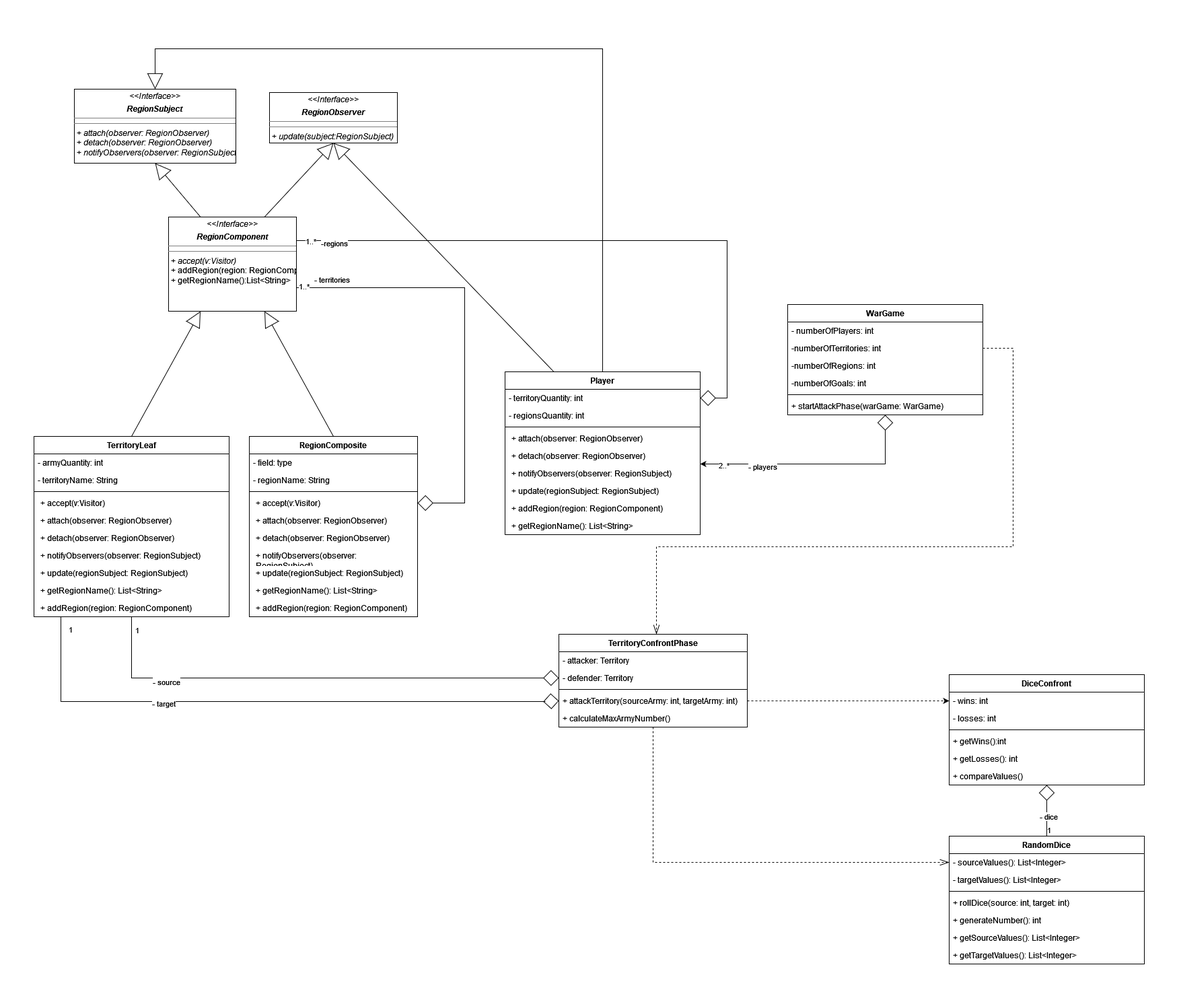
Before: ClassDiagramTerritoryConfront.png, a diagram exported from draw.io (Gil32610/class-diagram-territory-confront). Source tidied: cells renumbered, new cells last; positions are measured from the earlier drawing's top-left corner, leaving out a move shared by most shapes.
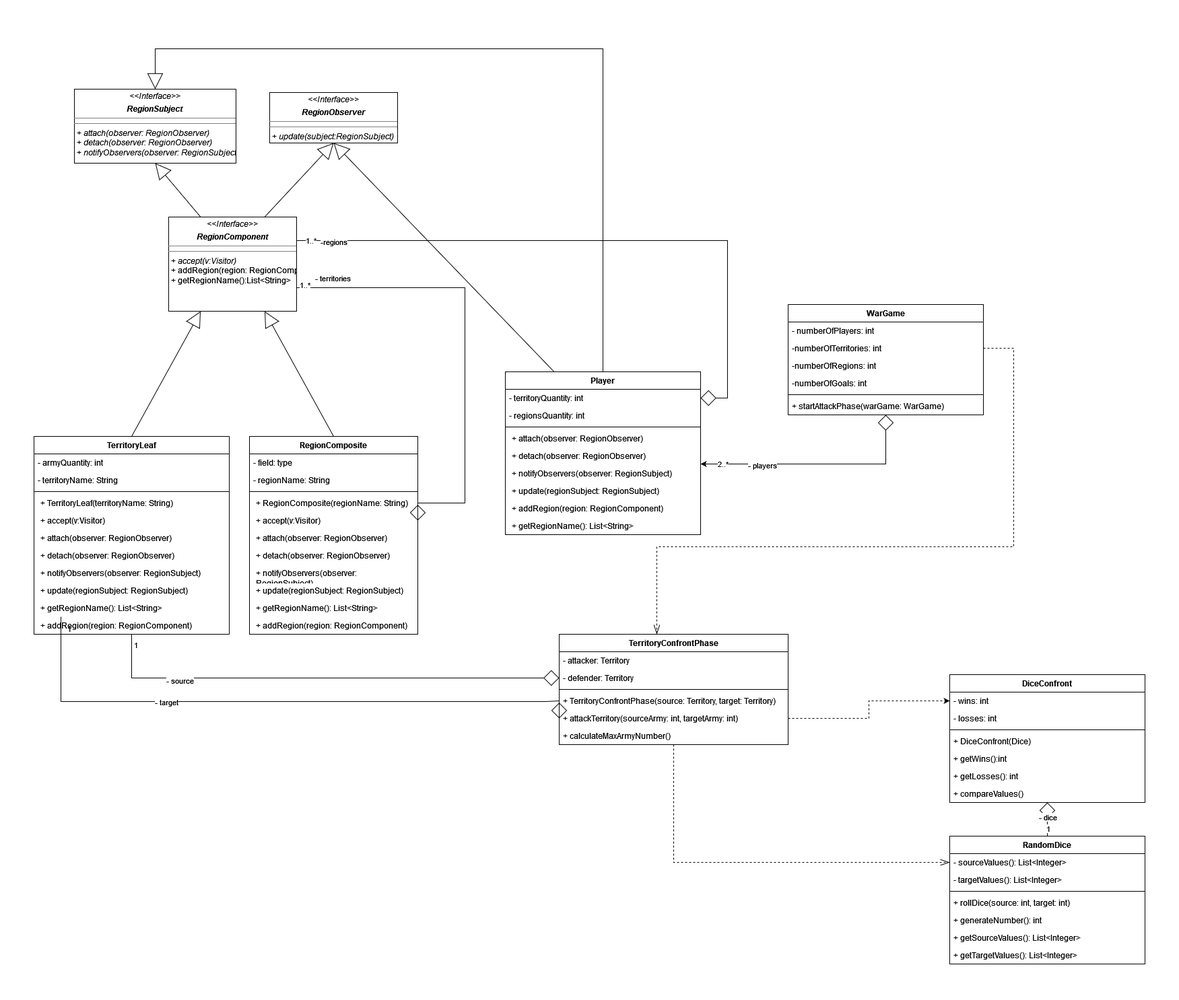
After the commit.

Diff of the diagram source:
```diff
@@ -125,7 +125,7 @@
       </mxGeometry>
     </mxCell>
     <mxCell id="32" value="TerritoryLeaf" style="swimlane;fontStyle=1;align=center;verticalAlign=top;horizontal=1;startSize=26;whiteSpace=wrap;html=1;" parent="1" vertex="1">
-      <mxGeometry y="576" width="290" height="268" as="geometry" />
+      <mxGeometry y="576" width="290" height="294" as="geometry" />
     </mxCell>
     <mxCell id="33" value="- armyQuantity: int" style="text;strokeColor=none;fillColor=none;align=left;verticalAlign=top;spacingLeft=4;spacingRight=4;overflow=hidden;whiteSpace=wrap;html=1;" parent="32" vertex="1">
       <mxGeometry y="26" width="290" height="26" as="geometry" />
@@ -136,29 +136,32 @@
     <mxCell id="35" style="line;strokeWidth=1;fillColor=none;align=left;verticalAlign=middle;spacingTop=-1;spacingLeft=3;spacingRight=3;labelPosition=right;strokeColor=inherit;" parent="32" vertex="1">
       <mxGeometry y="78" width="290" height="8" as="geometry" />
     </mxCell>
+    <mxCell id="92" value="&lt;p style=&quot;margin:0px;margin-left:4px;&quot;&gt;+ TerritoryLeaf(territoryName: String)&lt;/p&gt;" style="text;strokeColor=none;fillColor=none;align=left;verticalAlign=top;spacingLeft=4;spacingRight=4;overflow=hidden;whiteSpace=wrap;html=1;" parent="32" vertex="1">
+      <mxGeometry y="86" width="290" height="26" as="geometry" />
+    </mxCell>
     <mxCell id="36" value="&lt;p style=&quot;margin:0px;margin-left:4px;&quot;&gt;+ accept(v:Visitor)&lt;/p&gt;" style="text;strokeColor=none;fillColor=none;align=left;verticalAlign=top;spacingLeft=4;spacingRight=4;overflow=hidden;whiteSpace=wrap;html=1;" parent="32" vertex="1">
-      <mxGeometry y="86" width="290" height="26" as="geometry" />
+      <mxGeometry y="112" width="290" height="26" as="geometry" />
     </mxCell>
     <mxCell id="37" value="&lt;p style=&quot;margin:0px;margin-left:4px;&quot;&gt;+ attach(observer: RegionObserver)&lt;br&gt;&lt;/p&gt;" style="text;strokeColor=none;fillColor=none;align=left;verticalAlign=top;spacingLeft=4;spacingRight=4;overflow=hidden;whiteSpace=wrap;html=1;" parent="32" vertex="1">
-      <mxGeometry y="112" width="290" height="26" as="geometry" />
+      <mxGeometry y="138" width="290" height="26" as="geometry" />
     </mxCell>
     <mxCell id="38" value="&lt;p style=&quot;margin:0px;margin-left:4px;&quot;&gt;+ detach(observer: RegionObserver)&lt;br&gt;&lt;/p&gt;" style="text;strokeColor=none;fillColor=none;align=left;verticalAlign=top;spacingLeft=4;spacingRight=4;overflow=hidden;whiteSpace=wrap;html=1;" parent="32" vertex="1">
-      <mxGeometry y="138" width="290" height="26" as="geometry" />
+      <mxGeometry y="164" width="290" height="26" as="geometry" />
     </mxCell>
     <mxCell id="39" value="&lt;p style=&quot;margin:0px;margin-left:4px;&quot;&gt;+ notifyObservers(observer: RegionSubject)&lt;br&gt;&lt;/p&gt;" style="text;strokeColor=none;fillColor=none;align=left;verticalAlign=top;spacingLeft=4;spacingRight=4;overflow=hidden;whiteSpace=wrap;html=1;" parent="32" vertex="1">
-      <mxGeometry y="164" width="290" height="26" as="geometry" />
+      <mxGeometry y="190" width="290" height="26" as="geometry" />
     </mxCell>
     <mxCell id="40" value="&lt;p style=&quot;margin:0px;margin-left:4px;&quot;&gt;+ update(regionSubject: RegionSubject)&lt;br&gt;&lt;/p&gt;" style="text;strokeColor=none;fillColor=none;align=left;verticalAlign=top;spacingLeft=4;spacingRight=4;overflow=hidden;whiteSpace=wrap;html=1;" parent="32" vertex="1">
-      <mxGeometry y="190" width="290" height="26" as="geometry" />
+      <mxGeometry y="216" width="290" height="26" as="geometry" />
     </mxCell>
     <mxCell id="41" value="&lt;p style=&quot;margin:0px;margin-left:4px;&quot;&gt;+ getRegionName(): List&amp;lt;String&amp;gt;&lt;/p&gt;" style="text;strokeColor=none;fillColor=none;align=left;verticalAlign=top;spacingLeft=4;spacingRight=4;overflow=hidden;whiteSpace=wrap;html=1;" parent="32" vertex="1">
-      <mxGeometry y="216" width="290" height="26" as="geometry" />
+      <mxGeometry y="242" width="290" height="26" as="geometry" />
     </mxCell>
     <mxCell id="42" value="&lt;p style=&quot;margin:0px;margin-left:4px;&quot;&gt;+ addRegion(region: RegionComponent)&lt;br&gt;&lt;/p&gt;" style="text;strokeColor=none;fillColor=none;align=left;verticalAlign=top;spacingLeft=4;spacingRight=4;overflow=hidden;whiteSpace=wrap;html=1;" parent="32" vertex="1">
-      <mxGeometry y="242" width="290" height="26" as="geometry" />
+      <mxGeometry y="268" width="290" height="26" as="geometry" />
     </mxCell>
     <mxCell id="43" value="RegionComposite" style="swimlane;fontStyle=1;align=center;verticalAlign=top;horizontal=1;startSize=26;whiteSpace=wrap;html=1;" parent="1" vertex="1">
-      <mxGeometry x="320" y="576" width="250" height="268" as="geometry" />
+      <mxGeometry x="320" y="576" width="250" height="294" as="geometry" />
     </mxCell>
     <mxCell id="44" value="- field: type" style="text;strokeColor=none;fillColor=none;align=left;verticalAlign=top;spacingLeft=4;spacingRight=4;overflow=hidden;whiteSpace=wrap;html=1;" parent="43" vertex="1">
       <mxGeometry y="26" width="250" height="26" as="geometry" />
@@ -169,26 +172,29 @@
     <mxCell id="46" style="line;strokeWidth=1;fillColor=none;align=left;verticalAlign=middle;spacingTop=-1;spacingLeft=3;spacingRight=3;labelPosition=right;strokeColor=inherit;" parent="43" vertex="1">
       <mxGeometry y="78" width="250" height="8" as="geometry" />
     </mxCell>
+    <mxCell id="93" value="&lt;p style=&quot;margin:0px;margin-left:4px;&quot;&gt;+ RegionComposite(regionName: String)&lt;/p&gt;" style="text;strokeColor=none;fillColor=none;align=left;verticalAlign=top;spacingLeft=4;spacingRight=4;overflow=hidden;whiteSpace=wrap;html=1;" parent="43" vertex="1">
+      <mxGeometry y="86" width="250" height="26" as="geometry" />
+    </mxCell>
     <mxCell id="47" value="&lt;p style=&quot;margin:0px;margin-left:4px;&quot;&gt;+ accept(v:Visitor)&lt;/p&gt;" style="text;strokeColor=none;fillColor=none;align=left;verticalAlign=top;spacingLeft=4;spacingRight=4;overflow=hidden;points=[[0,0.5],[1,0.5]];portConstraint=eastwest;whiteSpace=wrap;html=1;" parent="43" vertex="1">
-      <mxGeometry y="86" width="250" height="26" as="geometry" />
+      <mxGeometry y="112" width="250" height="26" as="geometry" />
     </mxCell>
     <mxCell id="48" value="&lt;p style=&quot;margin:0px;margin-left:4px;&quot;&gt;+ attach(observer: RegionObserver)&lt;br&gt;&lt;/p&gt;" style="text;strokeColor=none;fillColor=none;align=left;verticalAlign=top;spacingLeft=4;spacingRight=4;overflow=hidden;whiteSpace=wrap;html=1;" parent="43" vertex="1">
-      <mxGeometry y="112" width="250" height="26" as="geometry" />
+      <mxGeometry y="138" width="250" height="26" as="geometry" />
     </mxCell>
     <mxCell id="49" value="&lt;p style=&quot;margin:0px;margin-left:4px;&quot;&gt;+ detach(observer: RegionObserver)&lt;br&gt;&lt;/p&gt;" style="text;strokeColor=none;fillColor=none;align=left;verticalAlign=top;spacingLeft=4;spacingRight=4;overflow=hidden;whiteSpace=wrap;html=1;" parent="43" vertex="1">
-      <mxGeometry y="138" width="250" height="26" as="geometry" />
+      <mxGeometry y="164" width="250" height="26" as="geometry" />
     </mxCell>
     <mxCell id="50" value="&lt;p style=&quot;margin:0px;margin-left:4px;&quot;&gt;+ notifyObservers(observer: RegionSubject)&lt;br&gt;&lt;/p&gt;" style="text;strokeColor=none;fillColor=none;align=left;verticalAlign=top;spacingLeft=4;spacingRight=4;overflow=hidden;whiteSpace=wrap;html=1;" parent="43" vertex="1">
-      <mxGeometry y="164" width="250" height="26" as="geometry" />
+      <mxGeometry y="190" width="250" height="26" as="geometry" />
     </mxCell>
     <mxCell id="51" value="&lt;p style=&quot;margin:0px;margin-left:4px;&quot;&gt;+ update(regionSubject: RegionSubject)&lt;br&gt;&lt;/p&gt;" style="text;strokeColor=none;fillColor=none;align=left;verticalAlign=top;spacingLeft=4;spacingRight=4;overflow=hidden;whiteSpace=wrap;html=1;" parent="43" vertex="1">
-      <mxGeometry y="190" width="250" height="26" as="geometry" />
+      <mxGeometry y="216" width="250" height="26" as="geometry" />
     </mxCell>
     <mxCell id="52" value="&lt;p style=&quot;margin:0px;margin-left:4px;&quot;&gt;+ getRegionName(): List&amp;lt;String&amp;gt;&lt;/p&gt;" style="text;strokeColor=none;fillColor=none;align=left;verticalAlign=top;spacingLeft=4;spacingRight=4;overflow=hidden;whiteSpace=wrap;html=1;" parent="43" vertex="1">
-      <mxGeometry y="216" width="250" height="26" as="geometry" />
+      <mxGeometry y="242" width="250" height="26" as="geometry" />
     </mxCell>
     <mxCell id="53" value="&lt;p style=&quot;margin:0px;margin-left:4px;&quot;&gt;+ addRegion(region: RegionComponent)&lt;br&gt;&lt;/p&gt;" style="text;strokeColor=none;fillColor=none;align=left;verticalAlign=top;spacingLeft=4;spacingRight=4;overflow=hidden;whiteSpace=wrap;html=1;" parent="43" vertex="1">
-      <mxGeometry y="242" width="250" height="26" as="geometry" />
+      <mxGeometry y="268" width="250" height="26" as="geometry" />
     </mxCell>
     <mxCell id="54" style="rounded=0;jettySize=auto;html=1;entryX=0.5;entryY=1;entryDx=0;entryDy=0;exitX=0.25;exitY=0;exitDx=0;exitDy=0;endArrow=block;endFill=0;endSize=21;" parent="1" edge="1" source="16" target="6">
       <mxGeometry relative="1" as="geometry" />
@@ -234,22 +240,25 @@
       <mxGeometry relative="1" as="geometry" />
     </mxCell>
     <mxCell id="66" value="TerritoryConfrontPhase" style="swimlane;fontStyle=1;align=center;verticalAlign=top;horizontal=1;startSize=26;whiteSpace=wrap;html=1;" parent="1" vertex="1">
-      <mxGeometry x="780" y="870" width="280" height="138" as="geometry" />
+      <mxGeometry x="780" y="870" width="340" height="164" as="geometry" />
     </mxCell>
     <mxCell id="67" value="- attacker: Territory" style="text;strokeColor=none;fillColor=none;align=left;verticalAlign=top;spacingLeft=4;spacingRight=4;overflow=hidden;whiteSpace=wrap;html=1;" parent="66" vertex="1">
-      <mxGeometry y="26" width="280" height="26" as="geometry" />
+      <mxGeometry y="26" width="340" height="26" as="geometry" />
     </mxCell>
     <mxCell id="68" value="- defender: Territory" style="text;strokeColor=none;fillColor=none;align=left;verticalAlign=top;spacingLeft=4;spacingRight=4;overflow=hidden;points=[[0,0.5],[1,0.5]];portConstraint=eastwest;whiteSpace=wrap;html=1;" parent="66" vertex="1">
-      <mxGeometry y="52" width="280" height="26" as="geometry" />
+      <mxGeometry y="52" width="340" height="26" as="geometry" />
     </mxCell>
     <mxCell id="69" style="line;strokeWidth=1;fillColor=none;align=left;verticalAlign=middle;spacingTop=-1;spacingLeft=3;spacingRight=3;labelPosition=right;strokeColor=inherit;" parent="66" vertex="1">
-      <mxGeometry y="78" width="280" height="8" as="geometry" />
+      <mxGeometry y="78" width="340" height="8" as="geometry" />
     </mxCell>
+    <mxCell id="94" value="&lt;div&gt;+ TerritoryConfrontPhase(source: Territory, target: Territory)&lt;br&gt;&lt;/div&gt;" style="text;strokeColor=none;fillColor=none;align=left;verticalAlign=top;spacingLeft=4;spacingRight=4;overflow=hidden;whiteSpace=wrap;html=1;" parent="66" vertex="1">
+      <mxGeometry y="86" width="340" height="26" as="geometry" />
+    </mxCell>
     <mxCell id="70" value="&lt;div&gt;+ attackTerritory(sourceArmy: int, targetArmy: int)&lt;br&gt;&lt;/div&gt;" style="text;strokeColor=none;fillColor=none;align=left;verticalAlign=top;spacingLeft=4;spacingRight=4;overflow=hidden;points=[[0,0.5],[1,0.5]];portConstraint=eastwest;whiteSpace=wrap;html=1;" parent="66" vertex="1">
-      <mxGeometry y="86" width="280" height="26" as="geometry" />
+      <mxGeometry y="112" width="340" height="26" as="geometry" />
     </mxCell>
     <mxCell id="71" value="&lt;div&gt;+ calculateMaxArmyNumber()&lt;br&gt;&lt;/div&gt;" style="text;strokeColor=none;fillColor=none;align=left;verticalAlign=top;spacingLeft=4;spacingRight=4;overflow=hidden;whiteSpace=wrap;html=1;" parent="66" vertex="1">
-      <mxGeometry y="112" width="280" height="26" as="geometry" />
+      <mxGeometry y="138" width="340" height="26" as="geometry" />
     </mxCell>
     <mxCell id="72" style="edgeStyle=orthogonalEdgeStyle;rounded=0;jettySize=auto;html=1;dashed=1;endArrow=openThin;endFill=0;startSize=6;endSize=12;" parent="1" edge="1" source="60">
       <mxGeometry relative="1" as="geometry">
@@ -297,7 +306,7 @@
       <mxGeometry x="0.68" relative="1" as="geometry" />
     </mxCell>
     <mxCell id="84" value="DiceConfront" style="swimlane;fontStyle=1;align=center;verticalAlign=top;horizontal=1;startSize=26;whiteSpace=wrap;html=1;" parent="1" vertex="1">
-      <mxGeometry x="1360" y="930" width="290" height="164" as="geometry" />
+      <mxGeometry x="1360" y="930" width="290" height="190" as="geometry" />
     </mxCell>
     <mxCell id="85" value="- wins: int" style="text;strokeColor=none;fillColor=none;align=left;verticalAlign=top;spacingLeft=4;spacingRight=4;overflow=hidden;points=[[0,0.5],[1,0.5]];portConstraint=eastwest;whiteSpace=wrap;html=1;" parent="84" vertex="1">
       <mxGeometry y="26" width="290" height="26" as="geometry" />
@@ -308,14 +317,17 @@
     <mxCell id="87" style="line;strokeWidth=1;fillColor=none;align=left;verticalAlign=middle;spacingTop=-1;spacingLeft=3;spacingRight=3;labelPosition=right;strokeColor=inherit;" parent="84" vertex="1">
       <mxGeometry y="78" width="290" height="8" as="geometry" />
     </mxCell>
+    <mxCell id="95" value="&lt;div&gt;+ DiceConfront(Dice)&lt;br&gt;&lt;/div&gt;" style="text;strokeColor=none;fillColor=none;align=left;verticalAlign=top;spacingLeft=4;spacingRight=4;overflow=hidden;whiteSpace=wrap;html=1;" parent="84" vertex="1">
+      <mxGeometry y="86" width="290" height="26" as="geometry" />
+    </mxCell>
     <mxCell id="88" value="&lt;div&gt;+ getWins():int&lt;br&gt;&lt;/div&gt;" style="text;strokeColor=none;fillColor=none;align=left;verticalAlign=top;spacingLeft=4;spacingRight=4;overflow=hidden;whiteSpace=wrap;html=1;" parent="84" vertex="1">
-      <mxGeometry y="86" width="290" height="26" as="geometry" />
+      <mxGeometry y="112" width="290" height="26" as="geometry" />
     </mxCell>
     <mxCell id="89" value="&lt;div&gt;+ getLosses(): int&lt;br&gt;&lt;/div&gt;" style="text;strokeColor=none;fillColor=none;align=left;verticalAlign=top;spacingLeft=4;spacingRight=4;overflow=hidden;whiteSpace=wrap;html=1;" parent="84" vertex="1">
-      <mxGeometry y="112" width="290" height="26" as="geometry" />
+      <mxGeometry y="138" width="290" height="26" as="geometry" />
     </mxCell>
     <mxCell id="90" value="&lt;div&gt;+ compareValues()&lt;/div&gt;" style="text;strokeColor=none;fillColor=none;align=left;verticalAlign=top;spacingLeft=4;spacingRight=4;overflow=hidden;whiteSpace=wrap;html=1;" parent="84" vertex="1">
-      <mxGeometry y="138" width="290" height="26" as="geometry" />
+      <mxGeometry y="164" width="290" height="26" as="geometry" />
     </mxCell>
     <mxCell id="91" style="edgeStyle=orthogonalEdgeStyle;rounded=0;jettySize=auto;html=1;entryX=0;entryY=0.5;entryDx=0;entryDy=0;dashed=1;" parent="1" edge="1" source="70" target="85">
       <mxGeometry relative="1" as="geometry" />
```
